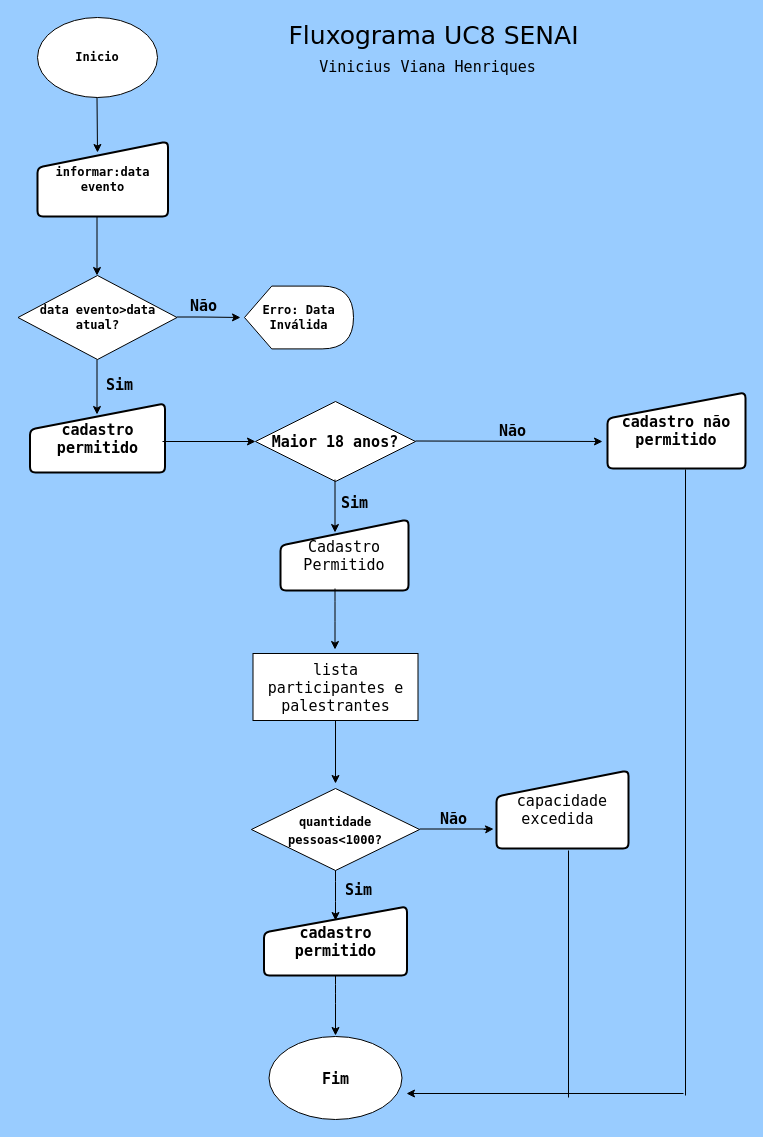
Before: Diagrama sem título.drawio in viana3022/Fluxograma-UC8-Senai, a draw.io diagram. Source tidied: cells renumbered, new cells numbered last; positions are measured from the earlier drawing's top-left corner, leaving out a move shared by most shapes. Both pictures are drawn from the tidied source at 100%, with x=0, y=0 at pixel (18, 17).
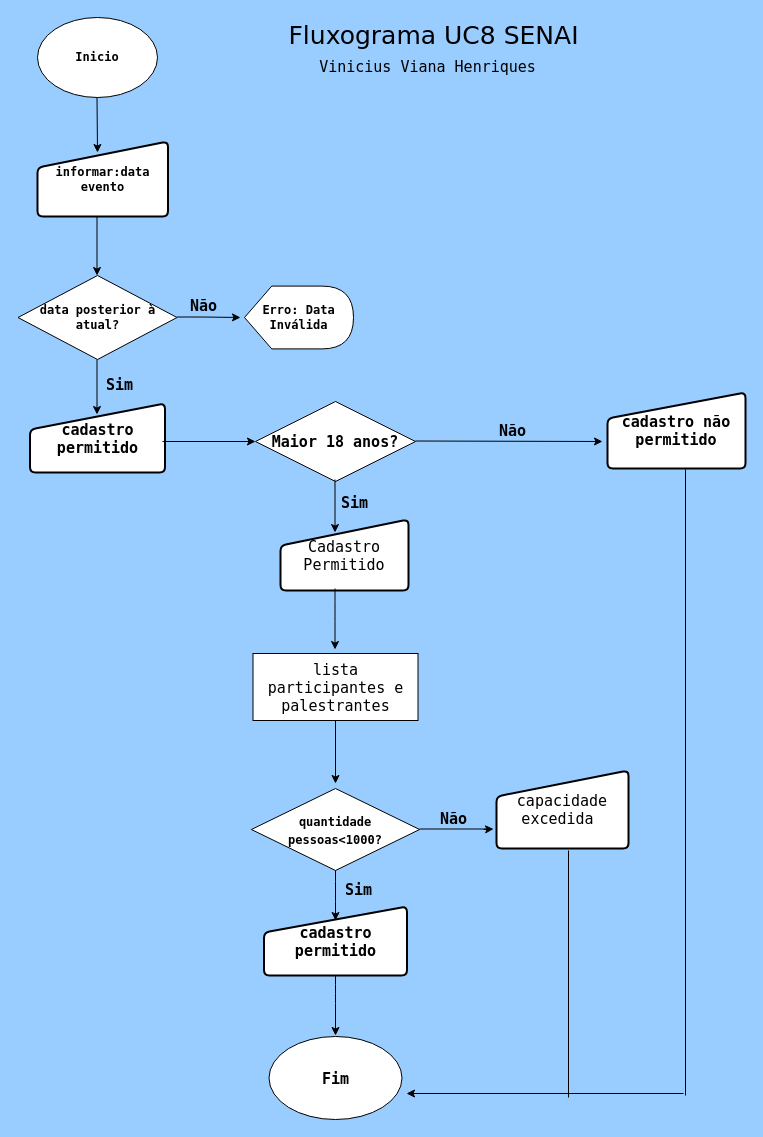
Above is the later version.

Change to the diagram source:
```diff
@@
-    <mxCell id="6" value="data evento&amp;gt;data atual?" style="rhombus;whiteSpace=wrap;html=1;fontFamily=Lucida Console;fontStyle=1;" parent="1" vertex="1">
+    <mxCell id="6" value="data posterior à atual?" style="rhombus;whiteSpace=wrap;html=1;fontFamily=Lucida Console;fontStyle=1;" parent="1" vertex="1">
       <mxGeometry x="-0.5" y="258" width="159" height="84" as="geometry" />
     </mxCell>
```
